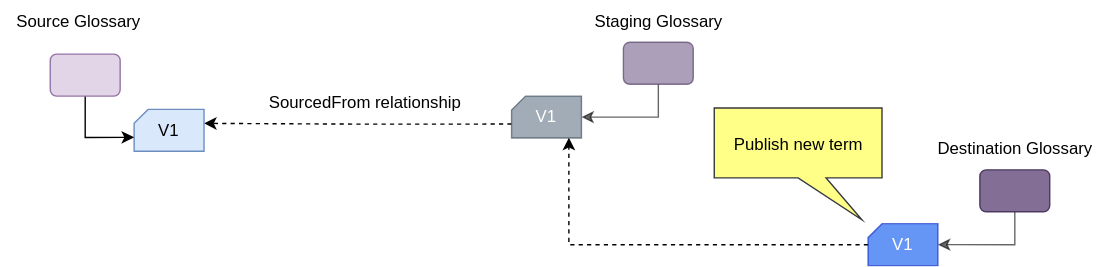
odpi/egeria-docs keeps this draw.io diagram as site/docs/services/omvs/glossary-workflow/rolling-staging-glossary-3.svg. Above is the earlier version. Source tidied: cells renumbered, new cells last; positions are measured from the earlier drawing's top-left corner, leaving out a move shared by most shapes.
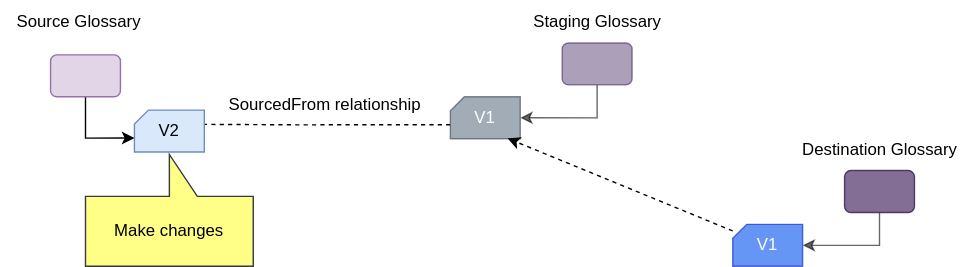
The same diagram one commit later.

Change to the diagram source:
```diff
@@ -6,54 +6,51 @@
       <mxGeometry relative="1" as="geometry" />
     </mxCell>
     <mxCell id="3" style="rounded=1;whiteSpace=wrap;html=1;fillColor=#76608a;fontColor=#ffffff;strokeColor=#432D57;opacity=60;" parent="1" vertex="1">
-      <mxGeometry x="445" y="29.8" width="50" height="30" as="geometry" />
+      <mxGeometry x="445" y="282.2" width="50" height="30" as="geometry" />
     </mxCell>
     <mxCell id="4" style="edgeStyle=orthogonalEdgeStyle;rounded=0;jettySize=auto;html=1;exitX=0;exitY=0;exitDx=0;exitDy=20;exitPerimeter=0;dashed=1;" parent="1" edge="1" source="5">
       <mxGeometry relative="1" as="geometry">
-        <mxPoint x="145" y="87.8" as="targetPoint" />
+        <mxPoint x="145" y="340.2" as="targetPoint" />
       </mxGeometry>
     </mxCell>
     <mxCell id="5" value="V1" style="shape=card;whiteSpace=wrap;html=1;size=10;fillColor=#647687;strokeColor=#314354;fontColor=#ffffff;opacity=60;" parent="1" vertex="1">
-      <mxGeometry x="365" y="68.2" width="50" height="30" as="geometry" />
+      <mxGeometry x="365" y="320.8" width="50" height="30" as="geometry" />
     </mxCell>
-    <mxCell id="6" value="V1" style="shape=card;whiteSpace=wrap;html=1;size=10;fillColor=#dae8fc;strokeColor=#6c8ebf;" parent="1" vertex="1">
-      <mxGeometry x="95" y="77.8" width="50" height="30" as="geometry" />
+    <mxCell id="6" value="V2" style="shape=card;whiteSpace=wrap;html=1;size=10;fillColor=#dae8fc;strokeColor=#6c8ebf;" parent="1" vertex="1">
+      <mxGeometry x="139" y="330.2" width="50" height="30" as="geometry" />
     </mxCell>
     <mxCell id="7" style="edgeStyle=orthogonalEdgeStyle;rounded=0;jettySize=auto;html=1;exitX=0.5;exitY=1;exitDx=0;exitDy=0;entryX=0;entryY=0;entryDx=0;entryDy=20;entryPerimeter=0;" parent="1" edge="1" source="8" target="6">
       <mxGeometry relative="1" as="geometry" />
     </mxCell>
     <mxCell id="8" style="rounded=1;whiteSpace=wrap;html=1;fillColor=#e1d5e7;strokeColor=#9673a6;" parent="1" vertex="1">
-      <mxGeometry x="35" y="38.2" width="50" height="30" as="geometry" />
+      <mxGeometry x="79" y="290.8" width="50" height="30" as="geometry" />
     </mxCell>
     <mxCell id="9" value="Source Glossary" style="text;html=1;align=center;verticalAlign=middle;strokeColor=none;fillColor=none;" parent="1" vertex="1">
-      <mxGeometry y="-0.2" width="110" height="30" as="geometry" />
+      <mxGeometry x="44" y="252.2" width="110" height="30" as="geometry" />
     </mxCell>
     <mxCell id="10" value="Staging Glossary" style="text;html=1;align=center;verticalAlign=middle;strokeColor=none;fillColor=none;" parent="1" vertex="1">
-      <mxGeometry x="415" y="-0.2" width="110" height="30" as="geometry" />
+      <mxGeometry x="415" y="252.2" width="110" height="30" as="geometry" />
     </mxCell>
     <mxCell id="11" value="SourcedFrom relationship" style="text;html=1;align=center;verticalAlign=middle;strokeColor=none;fillColor=none;" parent="1" vertex="1">
-      <mxGeometry x="180" y="57.8" width="160" height="30" as="geometry" />
+      <mxGeometry x="195" y="311.8" width="160" height="30" as="geometry" />
     </mxCell>
     <mxCell id="12" style="edgeStyle=orthogonalEdgeStyle;rounded=0;jettySize=auto;html=1;exitX=0.5;exitY=1;exitDx=0;exitDy=0;entryX=1;entryY=0.5;entryDx=0;entryDy=0;entryPerimeter=0;opacity=60;" parent="1" edge="1" source="13" target="15">
       <mxGeometry relative="1" as="geometry" />
     </mxCell>
     <mxCell id="13" style="rounded=1;whiteSpace=wrap;html=1;fillColor=#76608a;fontColor=#ffffff;strokeColor=#432D57;opacity=90;" parent="1" vertex="1">
-      <mxGeometry x="700" y="121" width="50" height="30" as="geometry" />
+      <mxGeometry x="647" y="373.5" width="50" height="30" as="geometry" />
     </mxCell>
-    <mxCell id="14" style="edgeStyle=orthogonalEdgeStyle;rounded=0;jettySize=auto;html=1;dashed=1;entryX=0.82;entryY=0.992;entryDx=0;entryDy=0;entryPerimeter=0;" parent="1" edge="1" source="15" target="5">
+    <mxCell id="14" style="rounded=0;jettySize=auto;html=1;dashed=1;entryX=0.82;entryY=0.992;entryDx=0;entryDy=0;entryPerimeter=0;" parent="1" edge="1" source="15" target="5">
       <mxGeometry relative="1" as="geometry" />
     </mxCell>
     <mxCell id="15" value="V1" style="shape=card;whiteSpace=wrap;html=1;size=10;fillColor=#0050ef;strokeColor=#001DBC;fontColor=#ffffff;opacity=60;" parent="1" vertex="1">
-      <mxGeometry x="620" y="159.5" width="50" height="30" as="geometry" />
+      <mxGeometry x="567" y="412" width="50" height="30" as="geometry" />
     </mxCell>
     <mxCell id="16" value="Destination Glossary" style="text;html=1;align=center;verticalAlign=middle;strokeColor=none;fillColor=none;" parent="1" vertex="1">
-      <mxGeometry x="660" y="91" width="130" height="30" as="geometry" />
+      <mxGeometry x="607" y="343.5" width="130" height="30" as="geometry" />
     </mxCell>
-    <mxCell id="17" style="shape=callout;whiteSpace=wrap;html=1;perimeter=calloutPerimeter;fillColor=#ffff88;strokeColor=#36393d;flipV=0;position2=0.88;" parent="1" vertex="1">
-      <mxGeometry x="510" y="76.8" width="120" height="80" as="geometry" />
+    <mxCell id="17" value="Make changes" style="shape=callout;whiteSpace=wrap;html=1;perimeter=calloutPerimeter;fillColor=#ffff88;strokeColor=#36393d;flipV=1;" parent="1" vertex="1">
+      <mxGeometry x="104" y="362" width="120" height="80" as="geometry" />
     </mxCell>
-    <mxCell id="18" value="Publish new term" style="text;html=1;align=center;verticalAlign=middle;strokeColor=none;fillColor=none;" parent="1" vertex="1">
-      <mxGeometry x="510" y="87.8" width="120" height="30" as="geometry" />
-    </mxCell>
   </root>
 </mxGraphModel>
```
